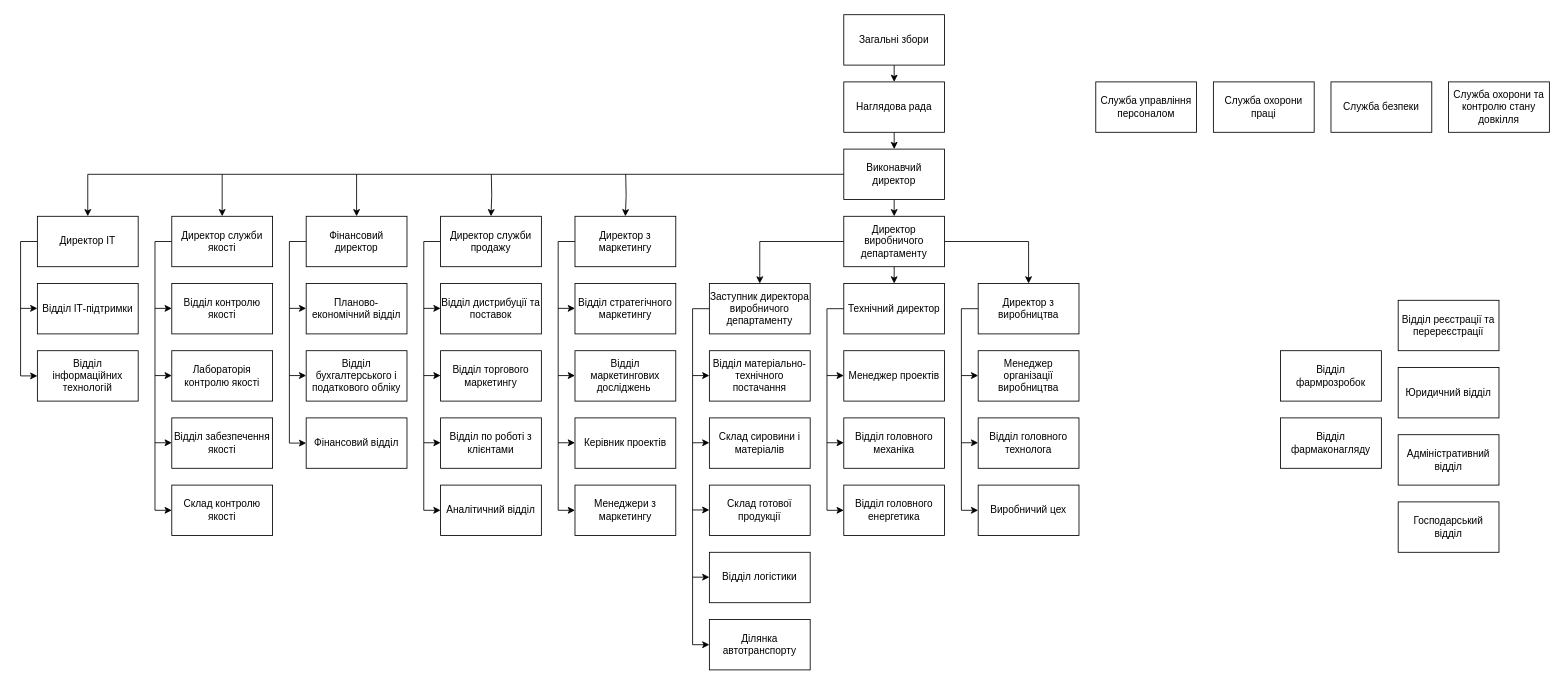
Shylo-Ivan-MIT/diagrams keeps this draw.io diagram as Untitled Diagram.drawio. Above is the earlier version. Source tidied: cells renumbered, new cells numbered last; positions are measured from the earlier drawing's top-left corner, leaving out a move shared by most shapes. Both pictures are drawn from the tidied source at 84%, with x=0, y=0 at pixel (20, 14).
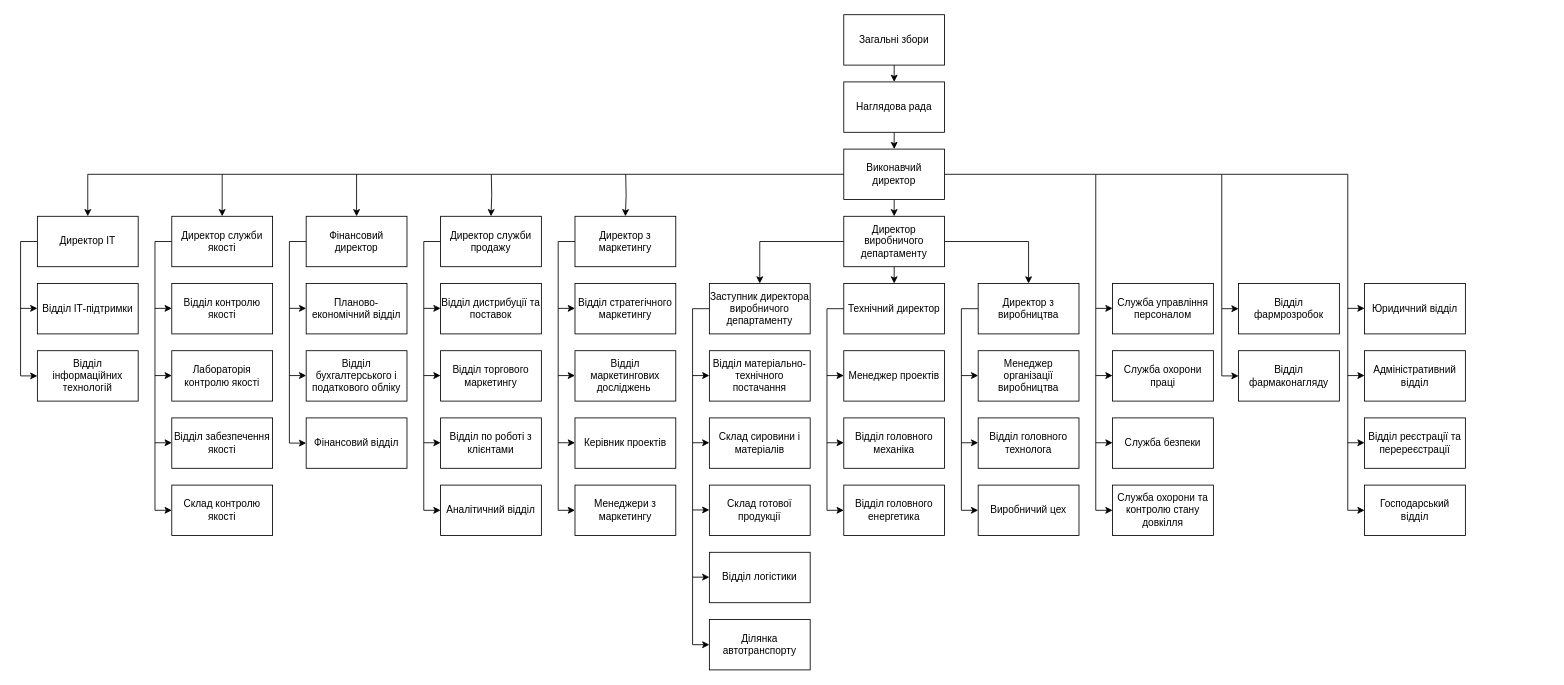
The same diagram, later.

Unchanged cells that the change refers to:
```xml
<mxCell id="7" value="Виконавчий директор" style="rounded=0;whiteSpace=wrap;html=1;" parent="1" vertex="1">
  <mxGeometry x="980" y="160" width="120" height="60" as="geometry" />
</mxCell>
```

Change to the diagram source:
```diff
@@
+    <mxCell id="91" style="edgeStyle=orthogonalEdgeStyle;rounded=0;jettySize=auto;html=1;exitX=1;exitY=0.5;exitDx=0;exitDy=0;entryX=0;entryY=0.5;entryDx=0;entryDy=0;" parent="1" edge="1" source="7" target="87">
+      <mxGeometry relative="1" as="geometry">
+        <Array as="points">
+          <mxPoint x="1280" y="190" />
+          <mxPoint x="1280" y="590" />
+        </Array>
+      </mxGeometry>
+    </mxCell>
@@
+    <mxCell id="92" style="edgeStyle=orthogonalEdgeStyle;rounded=0;jettySize=auto;html=1;exitX=0;exitY=0.5;exitDx=0;exitDy=0;entryX=0;entryY=0.5;entryDx=0;entryDy=0;" parent="1" edge="1" target="81">
+      <mxGeometry relative="1" as="geometry">
+        <mxPoint x="1580" y="429.6" as="sourcePoint" />
+      </mxGeometry>
+    </mxCell>
     <mxCell id="81" value="Адміністративний відділ" style="rounded=0;whiteSpace=wrap;html=1;" parent="1" vertex="1">
-      <mxGeometry x="1640" y="500" width="120" height="60" as="geometry" />
+      <mxGeometry x="1600" y="400" width="120" height="60" as="geometry" />
     </mxCell>
+    <mxCell id="93" style="edgeStyle=orthogonalEdgeStyle;rounded=0;jettySize=auto;html=1;exitX=0;exitY=0.5;exitDx=0;exitDy=0;entryX=0;entryY=0.5;entryDx=0;entryDy=0;" parent="1" edge="1" target="82">
+      <mxGeometry relative="1" as="geometry">
+        <mxPoint x="1430" y="190" as="sourcePoint" />
+        <Array as="points">
+          <mxPoint x="1580" y="190" />
+          <mxPoint x="1580" y="590" />
+        </Array>
+      </mxGeometry>
+    </mxCell>
     <mxCell id="82" value="Господарський відділ" style="rounded=0;whiteSpace=wrap;html=1;" parent="1" vertex="1">
-      <mxGeometry x="1640" y="580" width="120" height="60" as="geometry" />
+      <mxGeometry x="1600" y="560" width="120" height="60" as="geometry" />
     </mxCell>
+    <mxCell id="94" style="edgeStyle=orthogonalEdgeStyle;rounded=0;jettySize=auto;html=1;exitX=0;exitY=0.5;exitDx=0;exitDy=0;entryX=0;entryY=0.5;entryDx=0;entryDy=0;" parent="1" edge="1" target="83">
+      <mxGeometry relative="1" as="geometry">
+        <mxPoint x="1580" y="349.6" as="sourcePoint" />
+      </mxGeometry>
+    </mxCell>
     <mxCell id="83" value="Юридичний відділ" style="rounded=0;whiteSpace=wrap;html=1;" parent="1" vertex="1">
-      <mxGeometry x="1640" y="420" width="120" height="60" as="geometry" />
+      <mxGeometry x="1600" y="320" width="120" height="60" as="geometry" />
     </mxCell>
+    <mxCell id="95" style="edgeStyle=orthogonalEdgeStyle;rounded=0;jettySize=auto;html=1;exitX=0;exitY=0.5;exitDx=0;exitDy=0;entryX=0;entryY=0.5;entryDx=0;entryDy=0;" parent="1" edge="1" target="84">
+      <mxGeometry relative="1" as="geometry">
+        <mxPoint x="1280" y="349.6" as="sourcePoint" />
+      </mxGeometry>
+    </mxCell>
     <mxCell id="84" value="Служба управління персоналом" style="rounded=0;whiteSpace=wrap;html=1;" parent="1" vertex="1">
-      <mxGeometry x="1280" y="80" width="120" height="60" as="geometry" />
+      <mxGeometry x="1300" y="320" width="120" height="60" as="geometry" />
     </mxCell>
+    <mxCell id="96" style="edgeStyle=orthogonalEdgeStyle;rounded=0;jettySize=auto;html=1;exitX=0;exitY=0.5;exitDx=0;exitDy=0;entryX=0;entryY=0.5;entryDx=0;entryDy=0;" parent="1" edge="1" target="85">
+      <mxGeometry relative="1" as="geometry">
+        <mxPoint x="1280" y="429.6" as="sourcePoint" />
+      </mxGeometry>
+    </mxCell>
     <mxCell id="85" value="Служба охорони праці" style="rounded=0;whiteSpace=wrap;html=1;" parent="1" vertex="1">
-      <mxGeometry x="1420" y="80" width="120" height="60" as="geometry" />
+      <mxGeometry x="1300" y="400" width="120" height="60" as="geometry" />
     </mxCell>
+    <mxCell id="97" style="edgeStyle=orthogonalEdgeStyle;rounded=0;jettySize=auto;html=1;exitX=0;exitY=0.5;exitDx=0;exitDy=0;entryX=0;entryY=0.5;entryDx=0;entryDy=0;" parent="1" edge="1" target="86">
+      <mxGeometry relative="1" as="geometry">
+        <mxPoint x="1280" y="509.6" as="sourcePoint" />
+      </mxGeometry>
+    </mxCell>
     <mxCell id="86" value="Служба безпеки" style="rounded=0;whiteSpace=wrap;html=1;" parent="1" vertex="1">
-      <mxGeometry x="1560" y="80" width="120" height="60" as="geometry" />
+      <mxGeometry x="1300" y="480" width="120" height="60" as="geometry" />
     </mxCell>
     <mxCell id="87" value="Служба охорони та контролю стану довкілля" style="rounded=0;whiteSpace=wrap;html=1;" parent="1" vertex="1">
-      <mxGeometry x="1700" y="80" width="120" height="60" as="geometry" />
+      <mxGeometry x="1300" y="560" width="120" height="60" as="geometry" />
     </mxCell>
+    <mxCell id="98" style="edgeStyle=orthogonalEdgeStyle;rounded=0;jettySize=auto;html=1;exitX=0;exitY=0.5;exitDx=0;exitDy=0;entryX=0;entryY=0.5;entryDx=0;entryDy=0;" parent="1" edge="1" target="88">
+      <mxGeometry relative="1" as="geometry">
+        <mxPoint x="1280" y="190" as="sourcePoint" />
+        <Array as="points">
+          <mxPoint x="1430" y="190" />
+          <mxPoint x="1430" y="350" />
+        </Array>
+      </mxGeometry>
+    </mxCell>
     <mxCell id="88" value="Відділ фармрозробок" style="rounded=0;whiteSpace=wrap;html=1;" parent="1" vertex="1">
-      <mxGeometry x="1500" y="400" width="120" height="60" as="geometry" />
+      <mxGeometry x="1450" y="320" width="120" height="60" as="geometry" />
     </mxCell>
+    <mxCell id="99" style="edgeStyle=orthogonalEdgeStyle;rounded=0;jettySize=auto;html=1;exitX=0;exitY=0.5;exitDx=0;exitDy=0;entryX=0;entryY=0.5;entryDx=0;entryDy=0;" parent="1" edge="1" target="89">
+      <mxGeometry relative="1" as="geometry">
+        <mxPoint x="1580" y="509.6" as="sourcePoint" />
+      </mxGeometry>
+    </mxCell>
     <mxCell id="89" value="Відділ реєстрації та перереєстрації" style="rounded=0;whiteSpace=wrap;html=1;" parent="1" vertex="1">
-      <mxGeometry x="1640" y="340" width="120" height="60" as="geometry" />
+      <mxGeometry x="1600" y="480" width="120" height="60" as="geometry" />
     </mxCell>
+    <mxCell id="100" style="edgeStyle=orthogonalEdgeStyle;rounded=0;jettySize=auto;html=1;exitX=0;exitY=0.5;exitDx=0;exitDy=0;entryX=0;entryY=0.5;entryDx=0;entryDy=0;" parent="1" edge="1" target="90">
+      <mxGeometry relative="1" as="geometry">
+        <mxPoint x="1430" y="350" as="sourcePoint" />
+        <Array as="points">
+          <mxPoint x="1430" y="430" />
+        </Array>
+      </mxGeometry>
+    </mxCell>
     <mxCell id="90" value="Відділ фармаконагляду" style="rounded=0;whiteSpace=wrap;html=1;" parent="1" vertex="1">
-      <mxGeometry x="1500" y="480" width="120" height="60" as="geometry" />
+      <mxGeometry x="1450" y="400" width="120" height="60" as="geometry" />
     </mxCell>
```
